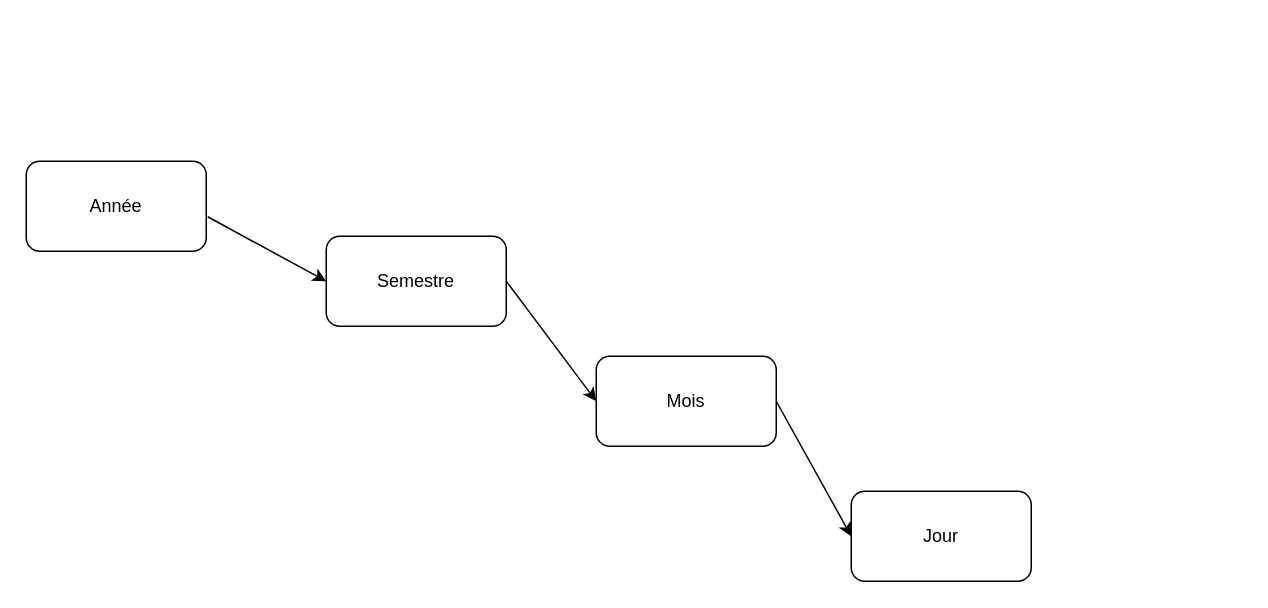
The draw.io diagram page "Hiérachie" (1 of 2) of Exercice1/Excercice1.drawio in christart-code/BI, before the edit. Source tidied: cells renumbered, new cells numbered last; positions are measured from the earlier drawing's top-left corner, leaving out a move shared by most shapes. Both pictures are drawn from the tidied source at 150%, with x=0, y=0 at pixel (26, 160).
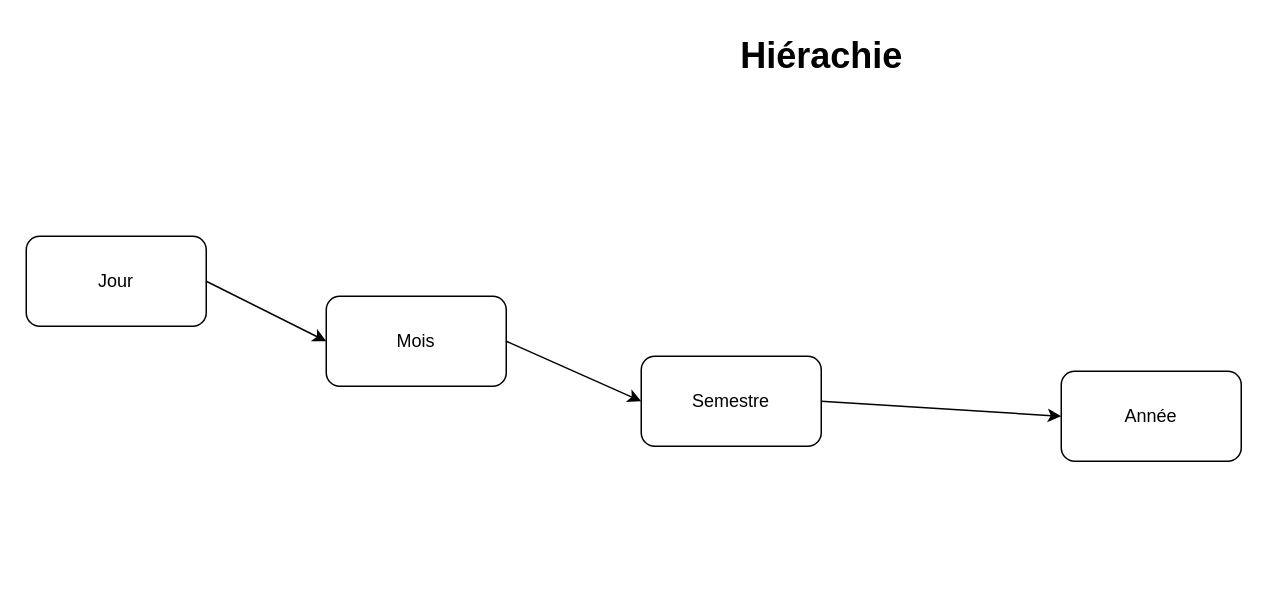
The same diagram, later.

Commit message:
Mettre à jour Excercice1.drawio

Change to the diagram source:
```diff
@@
 <mxGraphModel>
   <root>
     <mxCell id="0" />
     <mxCell id="1" parent="0" />
     <mxCell id="2" value="Année" style="rounded=1;whiteSpace=wrap;html=1;" parent="1" vertex="1">
-      <mxGeometry width="120" height="60" as="geometry" />
+      <mxGeometry x="690" y="140" width="120" height="60" as="geometry" />
     </mxCell>
     <mxCell id="3" value="Semestre" style="rounded=1;whiteSpace=wrap;html=1;" parent="1" vertex="1">
-      <mxGeometry x="200" y="50" width="120" height="60" as="geometry" />
+      <mxGeometry x="410" y="130" width="120" height="60" as="geometry" />
     </mxCell>
     <mxCell id="4" value="Mois" style="rounded=1;whiteSpace=wrap;html=1;" parent="1" vertex="1">
-      <mxGeometry x="380" y="130" width="120" height="60" as="geometry" />
+      <mxGeometry x="200" y="90" width="120" height="60" as="geometry" />
     </mxCell>
     <mxCell id="5" value="Jour" style="rounded=1;whiteSpace=wrap;html=1;" parent="1" vertex="1">
-      <mxGeometry x="550" y="220" width="120" height="60" as="geometry" />
+      <mxGeometry y="50" width="120" height="60" as="geometry" />
     </mxCell>
-    <mxCell id="6" style="endArrow=classic;html=1;rounded=0;exitX=1.008;exitY=0.617;exitDx=0;exitDy=0;exitPerimeter=0;entryX=0;entryY=0.5;entryDx=0;entryDy=0;" parent="1" edge="1" source="2" target="3">
-      <mxGeometry relative="1" as="geometry" />
-    </mxCell>
-    <mxCell id="7" style="endArrow=classic;html=1;rounded=0;exitX=1;exitY=0.5;exitDx=0;exitDy=0;entryX=0;entryY=0.5;entryDx=0;entryDy=0;" parent="1" edge="1" source="3" target="4">
-      <mxGeometry relative="1" as="geometry" />
-    </mxCell>
-    <mxCell id="8" style="endArrow=classic;html=1;rounded=0;exitX=1;exitY=0.5;exitDx=0;exitDy=0;entryX=0;entryY=0.5;entryDx=0;entryDy=0;" parent="1" edge="1" source="4" target="5">
-      <mxGeometry relative="1" as="geometry" />
-    </mxCell>
+    <mxCell id="9" style="endArrow=classic;html=1;rounded=0;exitX=1;exitY=0.5;exitDx=0;exitDy=0;entryX=0;entryY=0.5;entryDx=0;entryDy=0;" parent="1" edge="1" source="5" target="4">
+      <mxGeometry relative="1" as="geometry" />
+    </mxCell>
+    <mxCell id="10" style="endArrow=classic;html=1;rounded=0;exitX=1;exitY=0.5;exitDx=0;exitDy=0;entryX=0;entryY=0.5;entryDx=0;entryDy=0;" parent="1" edge="1" source="4" target="3">
+      <mxGeometry relative="1" as="geometry" />
+    </mxCell>
+    <mxCell id="11" style="endArrow=classic;html=1;rounded=0;exitX=1;exitY=0.5;exitDx=0;exitDy=0;entryX=0;entryY=0.5;entryDx=0;entryDy=0;" parent="1" edge="1" source="3" target="2">
+      <mxGeometry relative="1" as="geometry" />
+    </mxCell>
+    <mxCell id="12" value="Hiérachie" style="text;strokeColor=none;fillColor=none;html=1;fontSize=24;fontStyle=1;verticalAlign=middle;align=center;" parent="1" vertex="1">
+      <mxGeometry x="480" y="-90" width="100" height="40" as="geometry" />
+    </mxCell>
   </root>
 </mxGraphModel>
```
